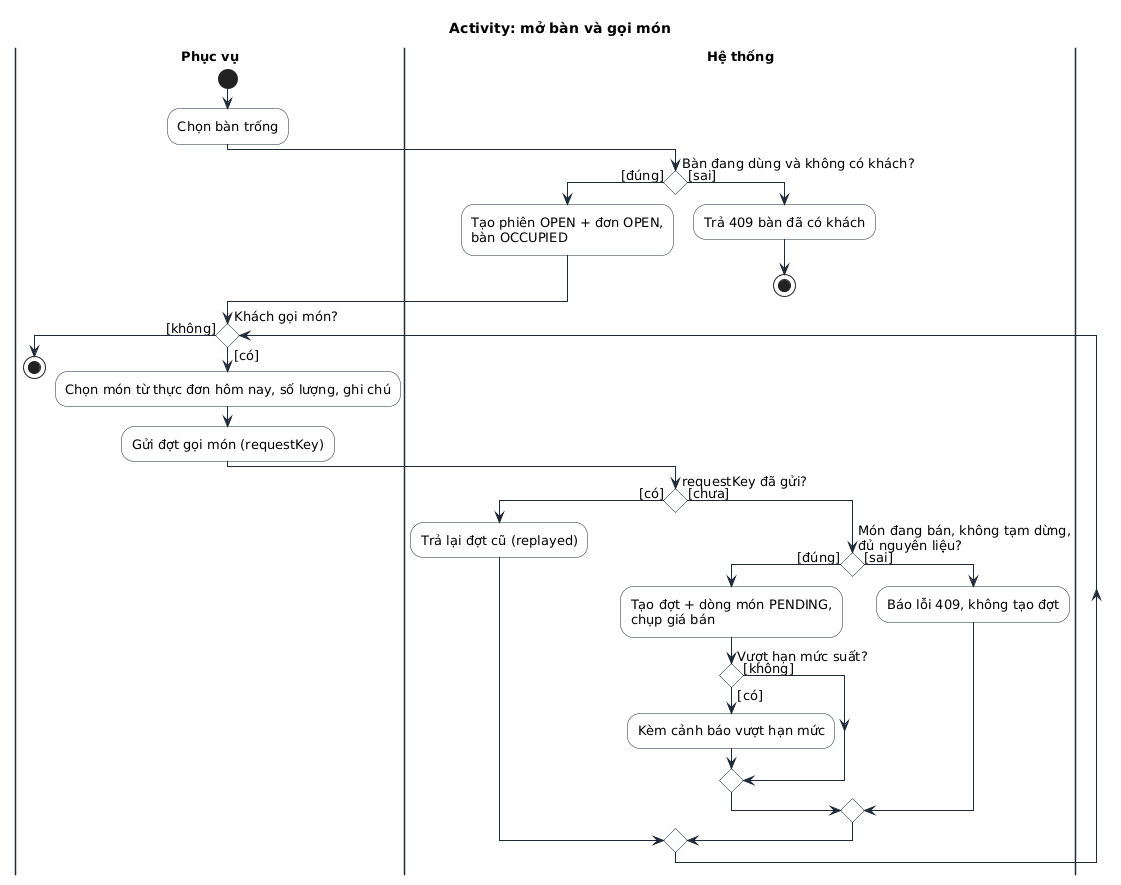
Earlier version of the PlantUML export docs/bao-cao-ltnc/uml/act-goi-mon.png (Anpham120/restaurant-management-system).
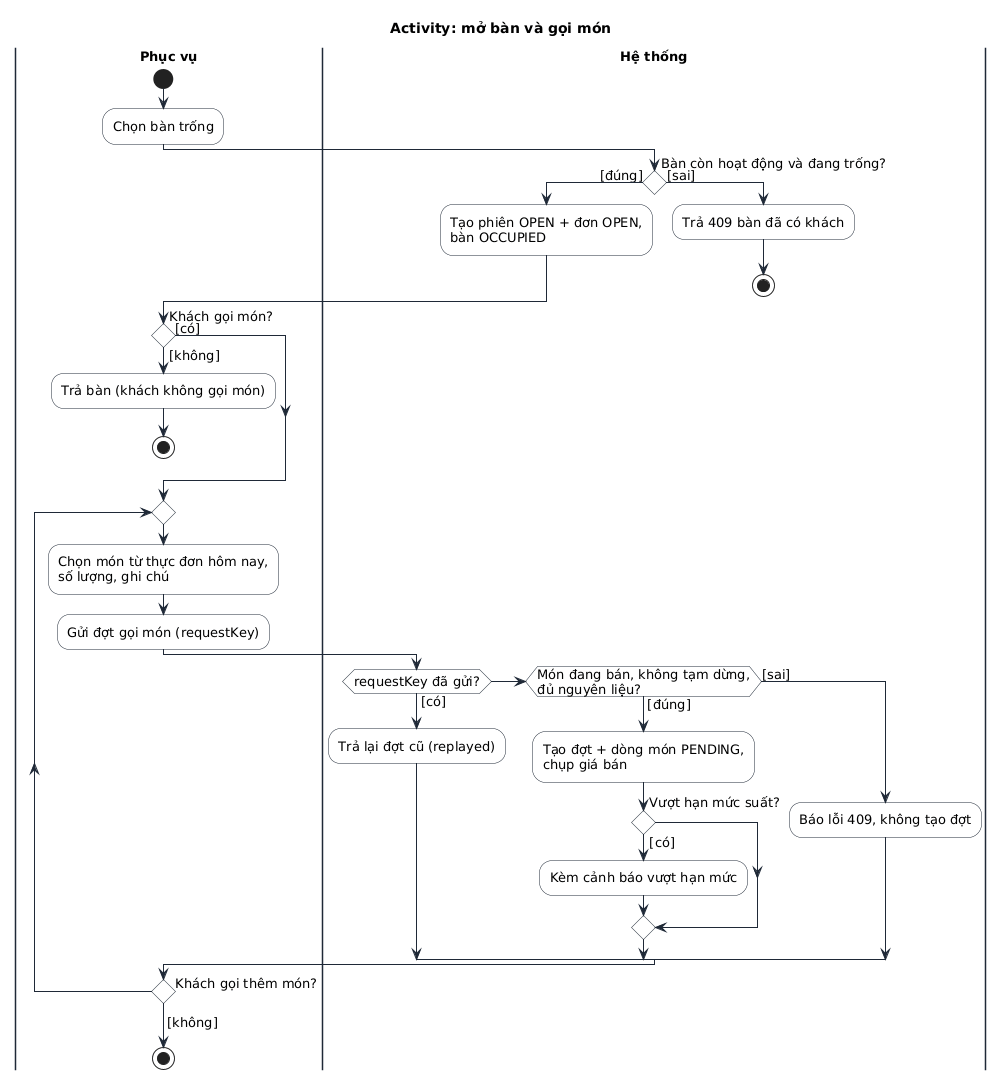
The same diagram one commit later.

Diff of the diagram source:
```diff
@@ -7,31 +7,34 @@
 start
 :Chọn bàn trống;
 |Hệ thống|
-if (Bàn đang dùng và không có khách?) then ([đúng])
+if (Bàn còn hoạt động và đang trống?) then ([đúng])
   :Tạo phiên OPEN + đơn OPEN,\nbàn OCCUPIED;
 else ([sai])
   :Trả 409 bàn đã có khách;
   stop
 endif
 |Phục vụ|
-while (Khách gọi món?) is ([có])
-  :Chọn món từ thực đơn hôm nay, số lượng, ghi chú;
+if (Khách gọi món?) then ([không])
+  :Trả bàn (khách không gọi món);
+  stop
+else ([có])
+endif
+repeat
+  :Chọn món từ thực đơn hôm nay,\nsố lượng, ghi chú;
   :Gửi đợt gọi món (requestKey);
   |Hệ thống|
   if (requestKey đã gửi?) then ([có])
     :Trả lại đợt cũ (replayed);
-  else ([chưa])
-    if (Món đang bán, không tạm dừng,\nđủ nguyên liệu?) then ([đúng])
-      :Tạo đợt + dòng món PENDING,\nchụp giá bán;
-      if (Vượt hạn mức suất?) then ([có])
-        :Kèm cảnh báo vượt hạn mức;
-      else ([không])
-      endif
-    else ([sai])
-      :Báo lỗi 409, không tạo đợt;
+  elseif (Món đang bán, không tạm dừng,\nđủ nguyên liệu?) then ([đúng])
+    :Tạo đợt + dòng món PENDING,\nchụp giá bán;
+    if (Vượt hạn mức suất?) then ([có])
+      :Kèm cảnh báo vượt hạn mức;
     endif
+  else ([sai])
+    :Báo lỗi 409, không tạo đợt;
   endif
   |Phục vụ|
-endwhile ([không])
+repeat while (Khách gọi thêm món?) is ([có])
+->[không];
 stop
 @enduml
```
